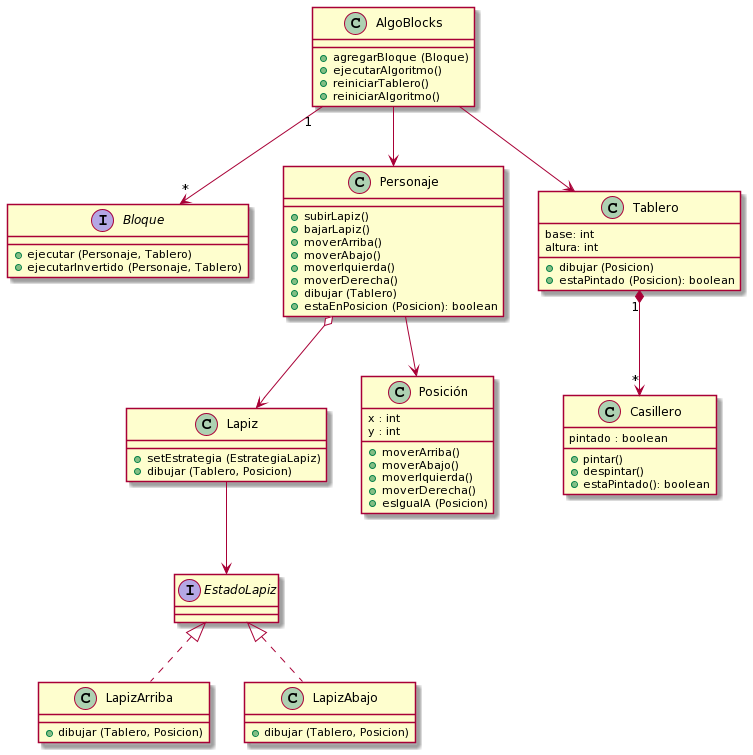
This is DiagramaUML.png from AlePaff/TP2-Algoritmos-3, a PlantUML export, as it was before one commit.
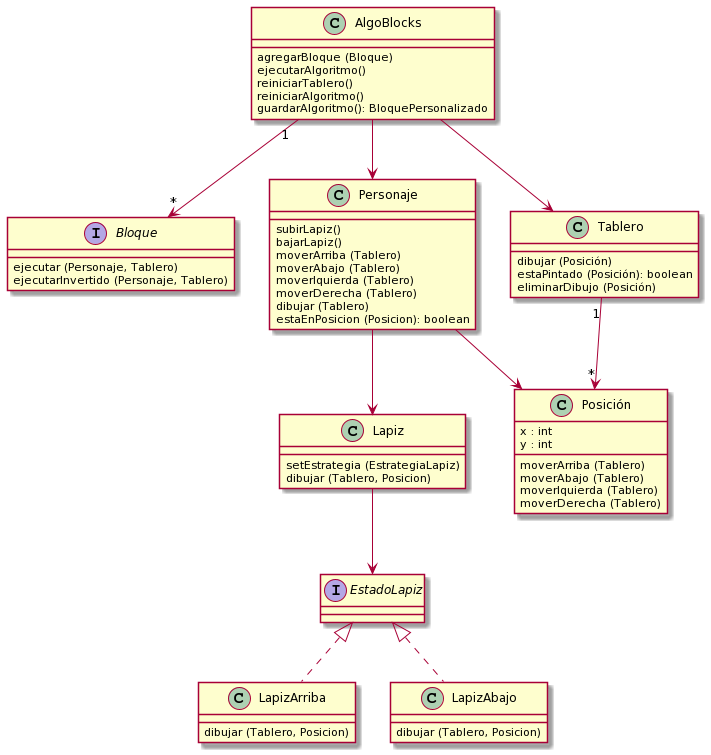
After the commit.

Commit message:
Actualizacion UML

The edit, as a diff of the source:
```diff
@@ -1,55 +1,52 @@
 @startuml
 Class AlgoBlocks
-AlgoBlocks "1"-->"*" Bloque
-AlgoBlocks : +agregarBloque (Bloque)
-AlgoBlocks : +ejecutarAlgoritmo()
-AlgoBlocks : +reiniciarTablero()
-AlgoBlocks : +reiniciarAlgoritmo()
+AlgoBlocks : agregarBloque (Bloque)
+AlgoBlocks : ejecutarAlgoritmo()
+AlgoBlocks : reiniciarTablero()
+AlgoBlocks : reiniciarAlgoritmo()
+AlgoBlocks : guardarAlgoritmo(): BloquePersonalizado
+
 
 Interface Bloque
-Bloque : +ejecutar (Personaje, Tablero)
-Bloque : +ejecutarInvertido (Personaje, Tablero)
+Bloque : ejecutar (Personaje, Tablero)
+Bloque : ejecutarInvertido (Personaje, Tablero)
 
-Personaje : +subirLapiz()
-Personaje : +bajarLapiz()
-Personaje : +moverArriba()
-Personaje : +moverAbajo()
-Personaje : +moverIquierda()
-Personaje : +moverDerecha()
-Personaje : +dibujar (Tablero)
-Personaje : +estaEnPosicion (Posicion): boolean
+Personaje : subirLapiz()
+Personaje : bajarLapiz()
+Personaje : moverArriba (Tablero)
+Personaje : moverAbajo (Tablero)
+Personaje : moverIquierda (Tablero)
+Personaje : moverDerecha (Tablero)
+Personaje : dibujar (Tablero)
+Personaje : estaEnPosicion (Posicion): boolean
 
 Interface EstadoLapiz
-Personaje o--> Lapiz
-Lapiz : +setEstrategia (EstrategiaLapiz)
-Lapiz : +dibujar (Tablero, Posicion)
+Personaje --> Lapiz
+Lapiz : setEstrategia (EstrategiaLapiz)
+Lapiz : dibujar (Tablero, Posicion)
 
 Lapiz --> EstadoLapiz
 EstadoLapiz <|.. LapizArriba
-LapizArriba : +dibujar (Tablero, Posicion)
+LapizArriba : dibujar (Tablero, Posicion)
 EstadoLapiz <|.. LapizAbajo
-LapizAbajo : +dibujar (Tablero, Posicion)
+LapizAbajo : dibujar (Tablero, Posicion)
 
 AlgoBlocks --> Tablero
 AlgoBlocks --> Personaje
 
-Tablero "1"*-->"*" Casillero
-Tablero : base: int
-Tablero : altura: int
-Tablero : +dibujar (Posicion)
-Tablero : +estaPintado (Posicion): boolean
-
-Casillero : pintado : boolean
-Casillero : +pintar()
-Casillero : +despintar()
-Casillero : +estaPintado(): boolean
+Tablero "1"-->"*"Posición
+Tablero : dibujar (Posición)
+Tablero : estaPintado (Posición): boolean
+Tablero : eliminarDibujo (Posición)
 
 Personaje --> Posición
 Posición : x : int
 Posición : y : int
-Posición : +moverArriba()
-Posición : +moverAbajo()
-Posición : +moverIquierda()
-Posición : +moverDerecha()
-Posición : +esIgualA (Posicion)
+Posición : moverArriba (Tablero)
+Posición : moverAbajo (Tablero)
+Posición : moverIquierda (Tablero)
+Posición : moverDerecha (Tablero)
+
+
+AlgoBlocks "1"-->"*" Bloque
 @enduml
```
